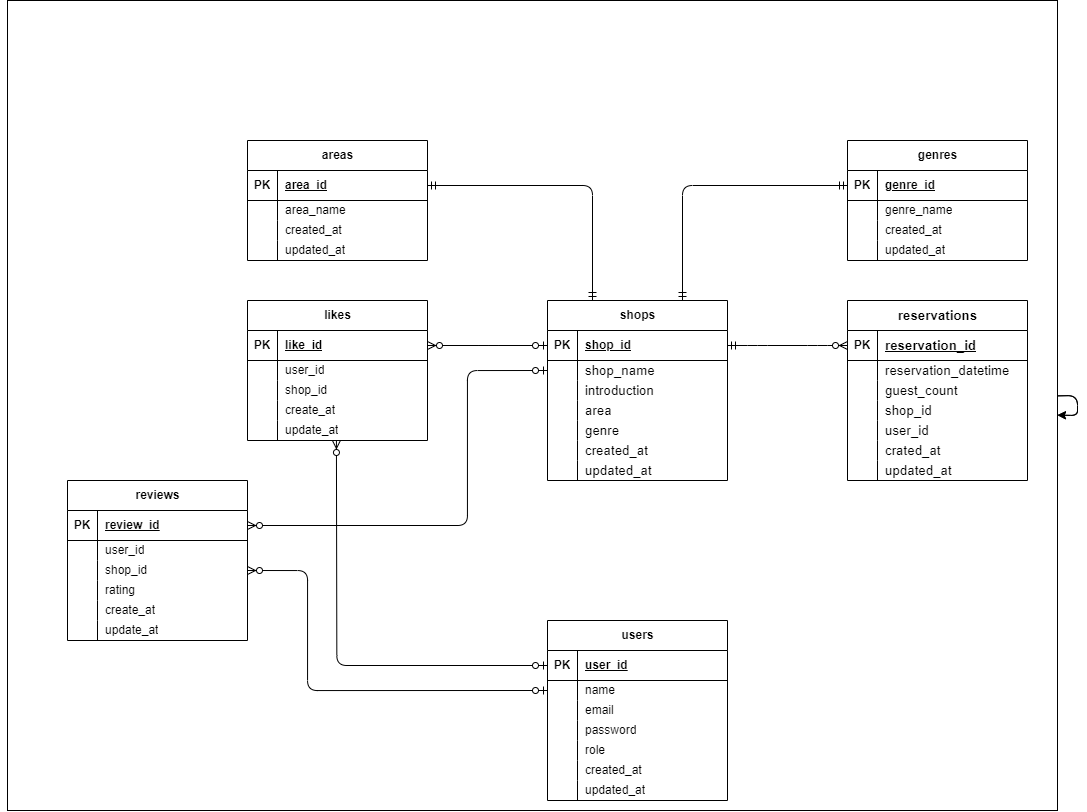
The draw.io diagram ER.drawio.png in seiya71/Rese, before a commit. Source tidied: cells renumbered, new cells last; positions are measured from the earlier drawing's top-left corner, leaving out a move shared by most shapes.
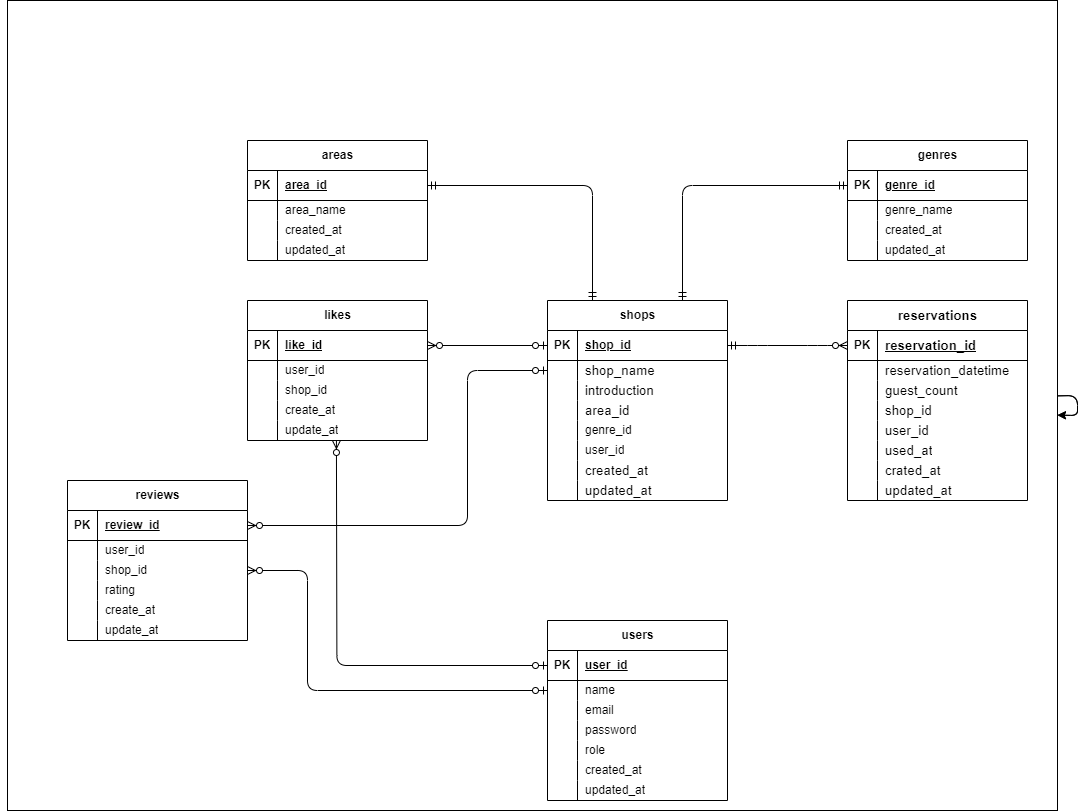
The same file after the commit.

The edit, as a diff of the source:
```diff
@@ -77,7 +77,7 @@
       <mxGeometry x="30" width="150" height="20" as="geometry" />
     </mxCell>
     <mxCell id="26" value="shops" style="shape=table;startSize=30;rowLines=0;fontStyle=1;align=center;html=1;" parent="1" vertex="1">
-      <mxGeometry x="540" y="300" width="180" height="180" as="geometry" />
+      <mxGeometry x="540" y="300" width="180" height="200" as="geometry" />
     </mxCell>
     <mxCell id="27" style="shape=tableRow;horizontal=0;startSize=0;swimlaneHead=0;swimlaneBody=0;fillColor=none;points=[[0,0.5],[1,0.5]];portConstraint=eastwest;top=0;left=0;right=0;bottom=1;" parent="26" vertex="1">
       <mxGeometry y="30" width="180" height="30" as="geometry" />
@@ -112,7 +112,7 @@
     <mxCell id="37" style="shape=partialRectangle;fillColor=none;top=0;left=0;bottom=0;right=0;overflow=hidden;whiteSpace=wrap;html=1;" parent="36" vertex="1">
       <mxGeometry width="30" height="20" as="geometry" />
     </mxCell>
-    <mxCell id="38" value="&lt;span style=&quot;color: rgb(0, 0, 0); font-size: 10pt; font-family: Arial;&quot;&gt;area&lt;/span&gt;" style="shape=partialRectangle;fillColor=none;top=0;left=0;bottom=0;right=0;align=left;spacingLeft=6;overflow=hidden;whiteSpace=wrap;html=1;" parent="36" vertex="1">
+    <mxCell id="38" value="&lt;span style=&quot;color: rgb(0, 0, 0); font-size: 10pt; font-family: Arial;&quot;&gt;area_id&lt;/span&gt;" style="shape=partialRectangle;fillColor=none;top=0;left=0;bottom=0;right=0;align=left;spacingLeft=6;overflow=hidden;whiteSpace=wrap;html=1;" parent="36" vertex="1">
       <mxGeometry x="30" width="150" height="20" as="geometry" />
     </mxCell>
     <mxCell id="39" style="shape=tableRow;horizontal=0;startSize=0;swimlaneHead=0;swimlaneBody=0;fillColor=none;top=0;left=0;right=0;bottom=0;" parent="26" vertex="1">
@@ -121,11 +121,20 @@
     <mxCell id="40" style="shape=partialRectangle;fillColor=none;top=0;left=0;bottom=0;right=0;overflow=hidden;whiteSpace=wrap;html=1;" parent="39" vertex="1">
       <mxGeometry width="30" height="20" as="geometry" />
     </mxCell>
-    <mxCell id="41" value="&lt;span style=&quot;color: rgb(0, 0, 0); font-size: 10pt; font-family: Arial;&quot;&gt;genre&lt;/span&gt;" style="shape=partialRectangle;fillColor=none;top=0;left=0;bottom=0;right=0;align=left;spacingLeft=6;overflow=hidden;whiteSpace=wrap;html=1;" parent="39" vertex="1">
+    <mxCell id="41" value="genre_id" style="shape=partialRectangle;fillColor=none;top=0;left=0;bottom=0;right=0;align=left;spacingLeft=6;overflow=hidden;whiteSpace=wrap;html=1;" parent="39" vertex="1">
       <mxGeometry x="30" width="150" height="20" as="geometry" />
     </mxCell>
+    <mxCell id="140" style="shape=tableRow;horizontal=0;startSize=0;swimlaneHead=0;swimlaneBody=0;fillColor=none;top=0;left=0;right=0;bottom=0;" parent="26" vertex="1">
+      <mxGeometry y="140" width="180" height="20" as="geometry" />
+    </mxCell>
+    <mxCell id="141" style="shape=partialRectangle;fillColor=none;top=0;left=0;bottom=0;right=0;overflow=hidden;whiteSpace=wrap;html=1;" parent="140" vertex="1">
+      <mxGeometry width="30" height="20" as="geometry" />
+    </mxCell>
+    <mxCell id="142" value="user&lt;span style=&quot;background-color: transparent;&quot;&gt;_id&lt;/span&gt;" style="shape=partialRectangle;fillColor=none;top=0;left=0;bottom=0;right=0;align=left;spacingLeft=6;overflow=hidden;whiteSpace=wrap;html=1;" parent="140" vertex="1">
+      <mxGeometry x="30" width="150" height="20" as="geometry" />
+    </mxCell>
     <mxCell id="42" style="shape=tableRow;horizontal=0;startSize=0;swimlaneHead=0;swimlaneBody=0;fillColor=none;top=0;left=0;right=0;bottom=0;" parent="26" vertex="1">
-      <mxGeometry y="140" width="180" height="20" as="geometry" />
+      <mxGeometry y="160" width="180" height="20" as="geometry" />
     </mxCell>
     <mxCell id="43" style="shape=partialRectangle;fillColor=none;top=0;left=0;bottom=0;right=0;overflow=hidden;whiteSpace=wrap;html=1;" parent="42" vertex="1">
       <mxGeometry width="30" height="20" as="geometry" />
@@ -134,7 +143,7 @@
       <mxGeometry x="30" width="150" height="20" as="geometry" />
     </mxCell>
     <mxCell id="45" style="shape=tableRow;horizontal=0;startSize=0;swimlaneHead=0;swimlaneBody=0;fillColor=none;top=0;left=0;right=0;bottom=0;" parent="26" vertex="1">
-      <mxGeometry y="160" width="180" height="20" as="geometry" />
+      <mxGeometry y="180" width="180" height="20" as="geometry" />
     </mxCell>
     <mxCell id="46" style="shape=partialRectangle;fillColor=none;top=0;left=0;bottom=0;right=0;overflow=hidden;whiteSpace=wrap;html=1;" parent="45" vertex="1">
       <mxGeometry width="30" height="20" as="geometry" />
@@ -143,7 +152,7 @@
       <mxGeometry x="30" width="150" height="20" as="geometry" />
     </mxCell>
     <mxCell id="48" value="&lt;span style=&quot;color: rgb(0, 0, 0); text-align: start; text-wrap: wrap; font-size: 10pt; font-family: Arial;&quot;&gt;reservations&lt;/span&gt;" style="shape=table;startSize=30;rowLines=0;fontStyle=1;align=center;html=1;" parent="1" vertex="1">
-      <mxGeometry x="840" y="300" width="180" height="180" as="geometry" />
+      <mxGeometry x="840" y="300" width="180" height="200" as="geometry" />
     </mxCell>
     <mxCell id="49" style="shape=tableRow;horizontal=0;startSize=0;swimlaneHead=0;swimlaneBody=0;fillColor=none;points=[[0,0.5],[1,0.5]];portConstraint=eastwest;top=0;left=0;right=0;bottom=1;" parent="48" vertex="1">
       <mxGeometry y="30" width="180" height="30" as="geometry" />
@@ -190,8 +199,17 @@
     <mxCell id="63" value="&lt;span style=&quot;color: rgb(0, 0, 0); font-size: 10pt; font-family: Arial;&quot;&gt;user_id&lt;/span&gt;" style="shape=partialRectangle;fillColor=none;top=0;left=0;bottom=0;right=0;align=left;spacingLeft=6;overflow=hidden;whiteSpace=wrap;html=1;" parent="61" vertex="1">
       <mxGeometry x="30" width="150" height="20" as="geometry" />
     </mxCell>
+    <mxCell id="143" style="shape=tableRow;horizontal=0;startSize=0;swimlaneHead=0;swimlaneBody=0;fillColor=none;top=0;left=0;right=0;bottom=0;" parent="48" vertex="1">
+      <mxGeometry y="140" width="180" height="20" as="geometry" />
+    </mxCell>
+    <mxCell id="144" style="shape=partialRectangle;fillColor=none;top=0;left=0;bottom=0;right=0;overflow=hidden;whiteSpace=wrap;html=1;" parent="143" vertex="1">
+      <mxGeometry width="30" height="20" as="geometry" />
+    </mxCell>
+    <mxCell id="145" value="&lt;span style=&quot;color: rgb(0, 0, 0); font-size: 10pt; font-family: Arial;&quot;&gt;us&lt;/span&gt;&lt;span style=&quot;font-family: Arial; font-size: 10pt; background-color: transparent;&quot;&gt;ed_at&lt;/span&gt;" style="shape=partialRectangle;fillColor=none;top=0;left=0;bottom=0;right=0;align=left;spacingLeft=6;overflow=hidden;whiteSpace=wrap;html=1;" parent="143" vertex="1">
+      <mxGeometry x="30" width="150" height="20" as="geometry" />
+    </mxCell>
     <mxCell id="64" style="shape=tableRow;horizontal=0;startSize=0;swimlaneHead=0;swimlaneBody=0;fillColor=none;top=0;left=0;right=0;bottom=0;" parent="48" vertex="1">
-      <mxGeometry y="140" width="180" height="20" as="geometry" />
+      <mxGeometry y="160" width="180" height="20" as="geometry" />
     </mxCell>
     <mxCell id="65" style="shape=partialRectangle;fillColor=none;top=0;left=0;bottom=0;right=0;overflow=hidden;whiteSpace=wrap;html=1;" parent="64" vertex="1">
       <mxGeometry width="30" height="20" as="geometry" />
@@ -200,7 +218,7 @@
       <mxGeometry x="30" width="150" height="20" as="geometry" />
     </mxCell>
     <mxCell id="67" style="shape=tableRow;horizontal=0;startSize=0;swimlaneHead=0;swimlaneBody=0;fillColor=none;top=0;left=0;right=0;bottom=0;" parent="48" vertex="1">
-      <mxGeometry y="160" width="180" height="20" as="geometry" />
+      <mxGeometry y="180" width="180" height="20" as="geometry" />
     </mxCell>
     <mxCell id="68" style="shape=partialRectangle;fillColor=none;top=0;left=0;bottom=0;right=0;overflow=hidden;whiteSpace=wrap;html=1;" parent="67" vertex="1">
       <mxGeometry width="30" height="20" as="geometry" />
```
